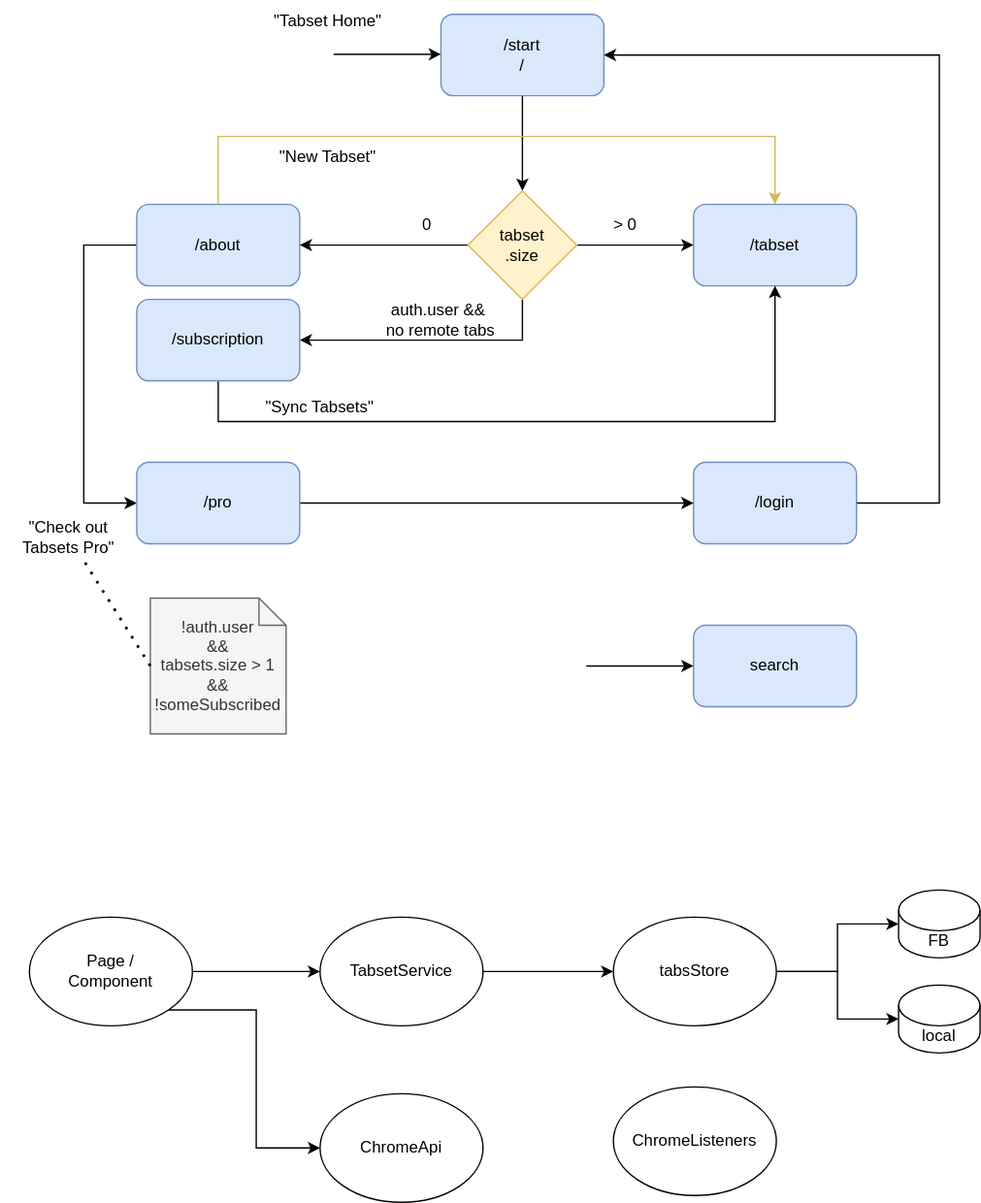
The draw.io diagram docs/overview.svg in evandor/tabsets, before a commit. Source tidied: cells renumbered, new cells last; positions are measured from the earlier drawing's top-left corner, leaving out a move shared by most shapes.
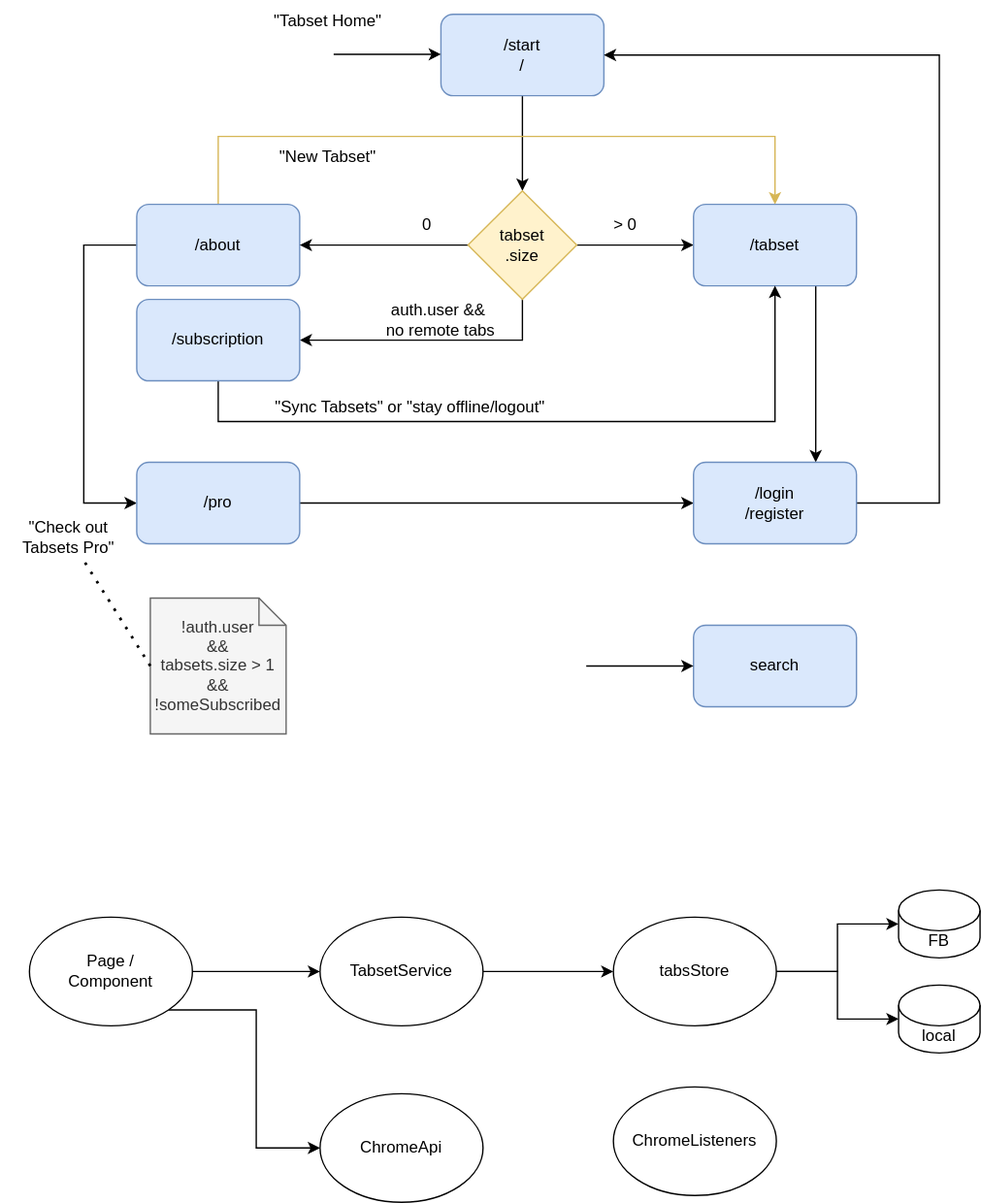
After the commit.

Change to the diagram source:
```diff
@@ -90,6 +90,9 @@
     <mxCell id="24" value="tabset&lt;br&gt;.size" style="rhombus;whiteSpace=wrap;html=1;fillColor=#fff2cc;strokeColor=#d6b656;" parent="1" vertex="1">
       <mxGeometry x="344" y="140" width="80" height="80" as="geometry" />
     </mxCell>
+    <mxCell id="43" style="edgeStyle=orthogonalEdgeStyle;rounded=0;jettySize=auto;html=1;exitX=0.75;exitY=1;exitDx=0;exitDy=0;entryX=0.75;entryY=0;entryDx=0;entryDy=0;" parent="1" edge="1" source="25" target="35">
+      <mxGeometry relative="1" as="geometry" />
+    </mxCell>
     <mxCell id="25" value="/tabset" style="rounded=1;whiteSpace=wrap;html=1;fillColor=#dae8fc;strokeColor=#6c8ebf;" parent="1" vertex="1">
       <mxGeometry x="510" y="150" width="120" height="60" as="geometry" />
     </mxCell>
@@ -120,7 +123,7 @@
     <mxCell id="34" value="&quot;Tabset Home&quot;" style="text;html=1;strokeColor=none;fillColor=none;align=center;verticalAlign=middle;whiteSpace=wrap;rounded=0;" parent="1" vertex="1">
       <mxGeometry x="191" width="100" height="30" as="geometry" />
     </mxCell>
-    <mxCell id="35" value="/login" style="rounded=1;whiteSpace=wrap;html=1;fillColor=#dae8fc;strokeColor=#6c8ebf;" parent="1" vertex="1">
+    <mxCell id="35" value="/login&lt;br&gt;/register" style="rounded=1;whiteSpace=wrap;html=1;fillColor=#dae8fc;strokeColor=#6c8ebf;" parent="1" vertex="1">
       <mxGeometry x="510" y="340" width="120" height="60" as="geometry" />
     </mxCell>
     <mxCell id="36" value="search" style="rounded=1;whiteSpace=wrap;html=1;fillColor=#dae8fc;strokeColor=#6c8ebf;" parent="1" vertex="1">
@@ -145,8 +148,8 @@
     <mxCell id="40" value="auth.user &amp;amp;&amp;amp;&amp;nbsp;&lt;br&gt;no remote tabs" style="text;html=1;strokeColor=none;fillColor=none;align=center;verticalAlign=middle;whiteSpace=wrap;rounded=0;" parent="1" vertex="1">
       <mxGeometry x="261" y="220" width="126" height="30" as="geometry" />
     </mxCell>
-    <mxCell id="41" value="&quot;Sync Tabsets&quot;" style="text;html=1;strokeColor=none;fillColor=none;align=center;verticalAlign=middle;whiteSpace=wrap;rounded=0;" parent="1" vertex="1">
-      <mxGeometry x="172" y="285" width="126" height="30" as="geometry" />
+    <mxCell id="41" value="&quot;Sync Tabsets&quot; or &quot;stay offline/logout&quot;" style="text;html=1;strokeColor=none;fillColor=none;align=center;verticalAlign=middle;whiteSpace=wrap;rounded=0;" parent="1" vertex="1">
+      <mxGeometry x="172" y="285" width="259" height="30" as="geometry" />
     </mxCell>
     <mxCell id="42" style="endArrow=classic;html=1;rounded=0;entryX=0;entryY=0.5;entryDx=0;entryDy=0;" parent="1" edge="1">
       <mxGeometry relative="1" as="geometry">
```
